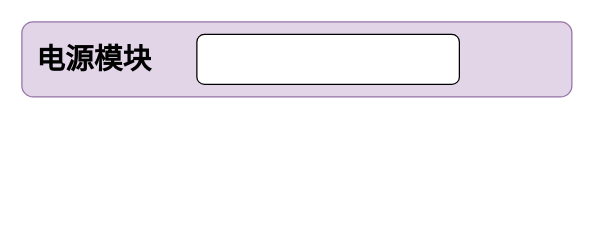
chiguaren3/drawio_project keeps this draw.io diagram as 主板设计.drawio. Above is the earlier version. Source tidied: cells renumbered, new cells numbered last; positions are measured from the earlier drawing's top-left corner, leaving out a move shared by most shapes. Both pictures are drawn from the tidied source at 125%, with x=0, y=0 at pixel (21, 21).
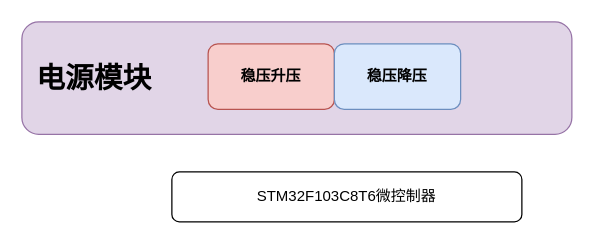
The same diagram, later.

Commit message (it also covers changes not shown here):
更新主板设计.drawio

The edit, as a diff of the source:
```diff
@@
 <mxGraphModel>
   <root>
     <mxCell id="0" />
     <mxCell id="1" parent="0" />
     <mxCell id="2" value="&lt;font face=&quot;宋体&quot;&gt;&amp;nbsp; &amp;nbsp;&lt;b&gt;&lt;font style=&quot;font-size: 23px;&quot;&gt;电源模块&lt;/font&gt;&lt;/b&gt;&lt;/font&gt;" style="rounded=1;whiteSpace=wrap;html=1;align=left;fillColor=#e1d5e7;strokeColor=#9673a6;" parent="1" vertex="1">
-      <mxGeometry width="440" height="60" as="geometry" />
+      <mxGeometry width="440" height="90" as="geometry" />
     </mxCell>
-    <mxCell id="3" style="rounded=1;whiteSpace=wrap;html=1;" parent="1" vertex="1">
-      <mxGeometry x="140" y="10" width="210" height="40" as="geometry" />
+    <mxCell id="3" value="&lt;font face=&quot;宋体&quot;&gt;&lt;b&gt;稳压升压&lt;/b&gt;&lt;/font&gt;" style="rounded=1;whiteSpace=wrap;html=1;fillColor=#f8cecc;strokeColor=#b85450;" parent="1" vertex="1">
+      <mxGeometry x="149" y="17.5" width="101" height="52.5" as="geometry" />
     </mxCell>
+    <mxCell id="4" value="&lt;font face=&quot;宋体&quot;&gt;&lt;b&gt;稳压降压&lt;/b&gt;&lt;/font&gt;" style="rounded=1;whiteSpace=wrap;html=1;fillColor=#dae8fc;strokeColor=#6c8ebf;" parent="1" vertex="1">
+      <mxGeometry x="250" y="17.5" width="101" height="52.5" as="geometry" />
+    </mxCell>
+    <mxCell id="5" value="STM32F103C8T6微控制器" style="rounded=1;whiteSpace=wrap;html=1;" parent="1" vertex="1">
+      <mxGeometry x="120" y="120" width="280" height="40" as="geometry" />
+    </mxCell>
   </root>
 </mxGraphModel>
```
